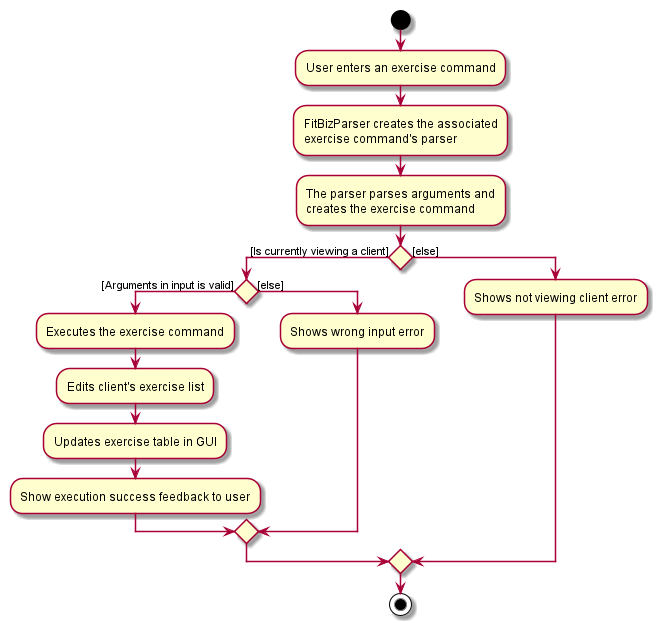
This is docs/images/ExerciseCommandActivityDiagram.png from nus-cs2103-AY1920S2/addressbook-level3, a PlantUML export, as it was before one commit.
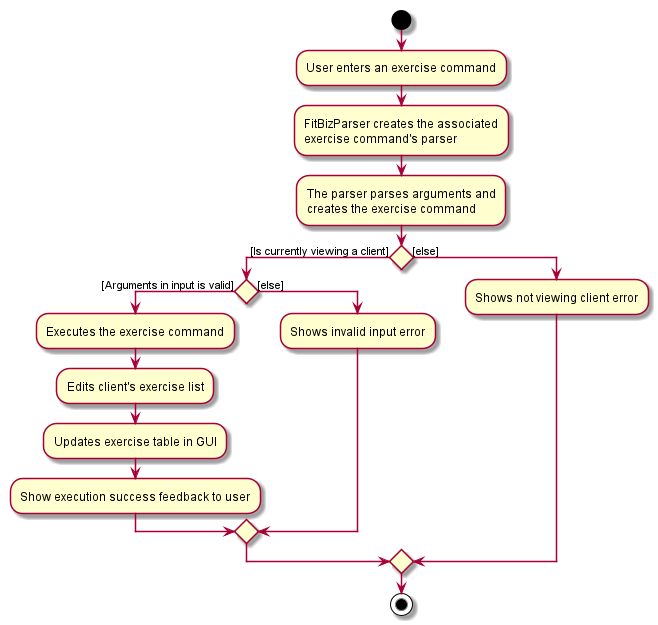
The same file after the commit.

Change to the diagram source:
```diff
@@ -16,7 +16,7 @@
         :Updates exercise table in GUI;
         :Show execution success feedback to user;
     else ([else])
-        :Shows wrong input error;
+        :Shows invalid input error;
     endif
 else ([else])
     :Shows not viewing client error;
```
